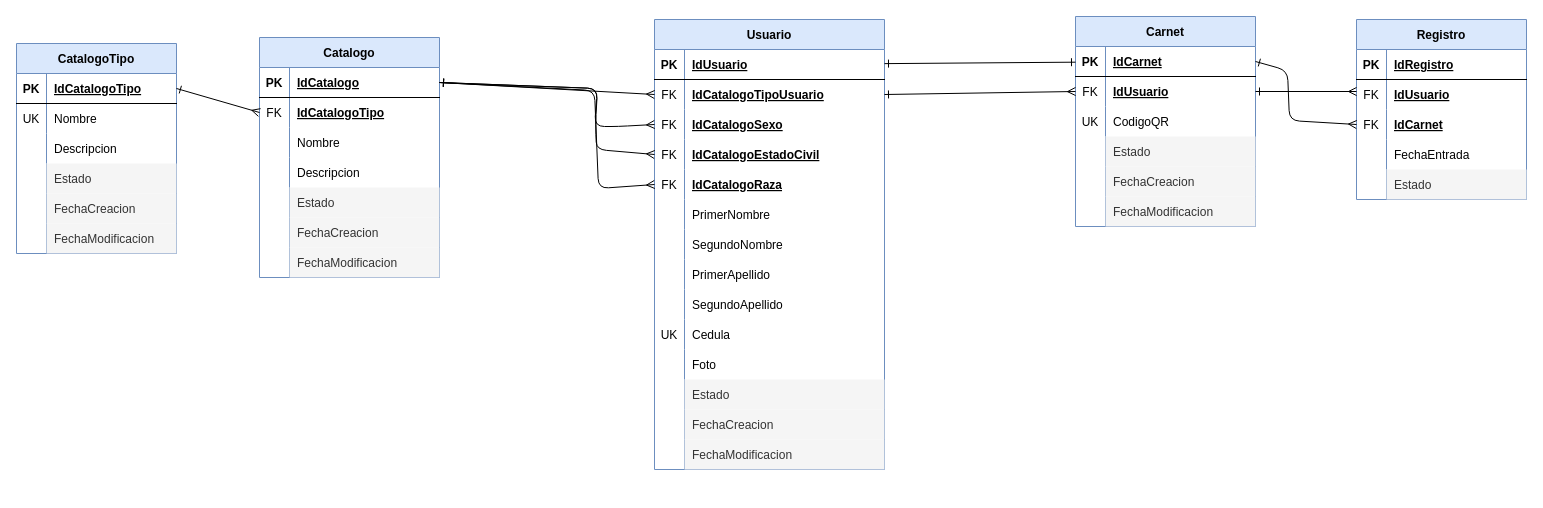
Leo-Caz/Grupo1-control-acceso-qr-sqlite keeps this draw.io diagram as Design/Mer.dio. Above is the earlier version. Source tidied: cells renumbered, new cells numbered last; positions are measured from the earlier drawing's top-left corner, leaving out a move shared by most shapes. Both pictures are drawn from the tidied source at 100%, with x=0, y=0 at pixel (16, 16).
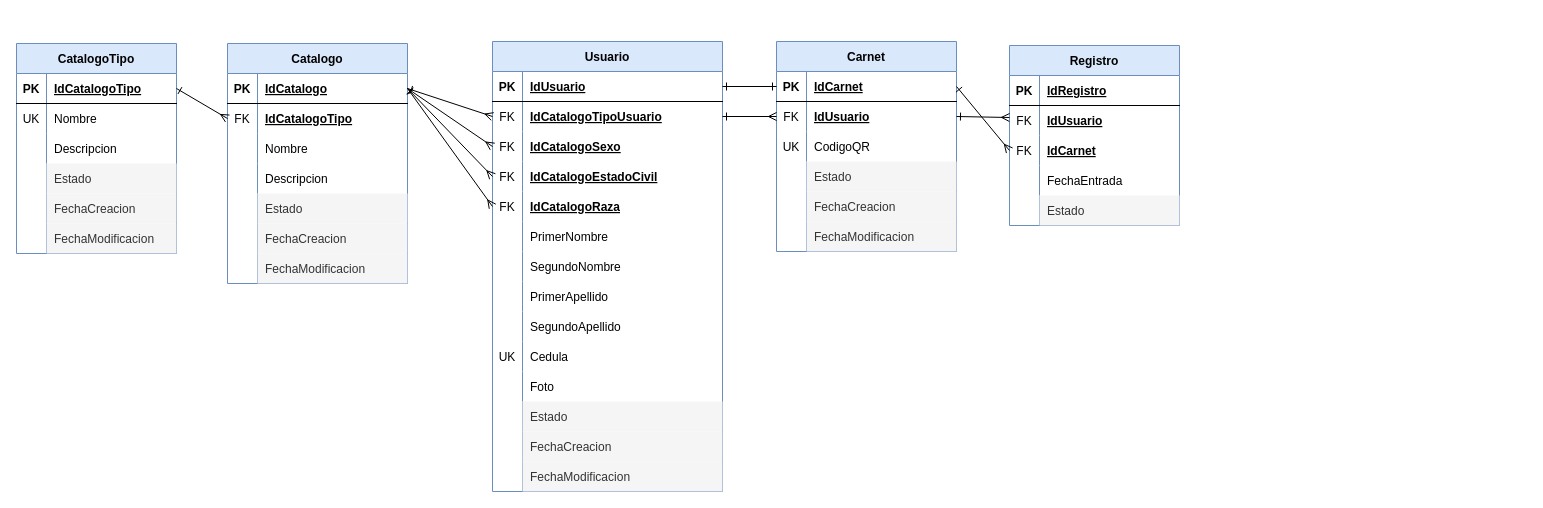
The same page after the edit.

Commit message:
Actualización del mer

The change refers to these unchanged cells:
```xml
<mxCell id="22" style="shape=tableRow;horizontal=0;startSize=0;swimlaneHead=0;swimlaneBody=0;fillColor=none;points=[[0,0.5],[1,0.5]];portConstraint=eastwest;top=0;left=0;right=0;bottom=1;" parent="21" vertex="1">
  <mxGeometry y="30" width="180" height="30" as="geometry" />
</mxCell>
<mxCell id="44" style="shape=tableRow;horizontal=0;startSize=0;swimlaneHead=0;swimlaneBody=0;fillColor=none;points=[[0,0.5],[1,0.5]];portConstraint=eastwest;top=0;left=0;right=0;bottom=1;" parent="43" vertex="1">
  <mxGeometry y="30" width="230" height="30" as="geometry" />
</mxCell>
<mxCell id="47" style="shape=tableRow;horizontal=0;startSize=0;swimlaneHead=0;swimlaneBody=0;fillColor=none;points=[[0,0.5],[1,0.5]];portConstraint=eastwest;top=0;left=0;right=0;bottom=0;" parent="43" vertex="1">
  <mxGeometry y="60" width="230" height="30" as="geometry" />
</mxCell>
<mxCell id="50" style="shape=tableRow;horizontal=0;startSize=0;swimlaneHead=0;swimlaneBody=0;fillColor=none;points=[[0,0.5],[1,0.5]];portConstraint=eastwest;top=0;left=0;right=0;bottom=0;" parent="43" vertex="1">
  <mxGeometry y="90" width="230" height="30" as="geometry" />
</mxCell>
<mxCell id="53" style="shape=tableRow;horizontal=0;startSize=0;swimlaneHead=0;swimlaneBody=0;fillColor=none;points=[[0,0.5],[1,0.5]];portConstraint=eastwest;top=0;left=0;right=0;bottom=0;" parent="43" vertex="1">
  <mxGeometry y="120" width="230" height="30" as="geometry" />
</mxCell>
<mxCell id="56" style="shape=tableRow;horizontal=0;startSize=0;swimlaneHead=0;swimlaneBody=0;fillColor=none;points=[[0,0.5],[1,0.5]];portConstraint=eastwest;top=0;left=0;right=0;bottom=0;" parent="43" vertex="1">
  <mxGeometry y="150" width="230" height="30" as="geometry" />
</mxCell>
<mxCell id="87" style="shape=tableRow;horizontal=0;startSize=0;swimlaneHead=0;swimlaneBody=0;fillColor=none;points=[[0,0.5],[1,0.5]];portConstraint=eastwest;top=0;left=0;right=0;bottom=1;" parent="86" vertex="1">
  <mxGeometry y="30" width="180" height="30" as="geometry" />
</mxCell>
<mxCell id="90" style="shape=tableRow;horizontal=0;startSize=0;swimlaneHead=0;swimlaneBody=0;fillColor=none;points=[[0,0.5],[1,0.5]];portConstraint=eastwest;top=0;left=0;right=0;bottom=0;" parent="86" vertex="1">
  <mxGeometry y="60" width="180" height="30" as="geometry" />
</mxCell>
<mxCell id="109" style="shape=tableRow;horizontal=0;startSize=0;swimlaneHead=0;swimlaneBody=0;fillColor=none;points=[[0,0.5],[1,0.5]];portConstraint=eastwest;top=0;left=0;right=0;bottom=0;" parent="105" vertex="1">
  <mxGeometry y="60" width="170" height="30" as="geometry" />
</mxCell>
<mxCell id="112" style="shape=tableRow;horizontal=0;startSize=0;swimlaneHead=0;swimlaneBody=0;fillColor=none;points=[[0,0.5],[1,0.5]];portConstraint=eastwest;top=0;left=0;right=0;bottom=0;" parent="105" vertex="1">
  <mxGeometry y="90" width="170" height="30" as="geometry" />
</mxCell>
```

What changed in the source:
```diff
@@
     <mxCell id="21" value="Catalogo" style="shape=table;startSize=30;childLayout=tableLayout;rowLines=0;fontStyle=1;align=center;fillColor=#dae8fc;strokeColor=#6c8ebf;" parent="1" vertex="1">
-      <mxGeometry x="243" y="21" width="180" height="240" as="geometry" />
+      <mxGeometry x="211" y="27" width="180" height="240" as="geometry" />
     </mxCell>
@@
     <mxCell id="43" value="Usuario" style="shape=table;startSize=30;childLayout=tableLayout;rowLines=0;fontStyle=1;align=center;fillColor=#dae8fc;strokeColor=#6c8ebf;" parent="1" vertex="1">
-      <mxGeometry x="638" y="3" width="230" height="450" as="geometry" />
+      <mxGeometry x="476" y="25" width="230" height="450" as="geometry" />
     </mxCell>
@@
     <mxCell id="86" value="Carnet" style="shape=table;startSize=30;childLayout=tableLayout;rowLines=0;fontStyle=1;align=center;fillColor=#dae8fc;strokeColor=#6c8ebf;" parent="1" vertex="1">
-      <mxGeometry x="1059" width="180" height="210" as="geometry" />
+      <mxGeometry x="760" y="25" width="180" height="210" as="geometry" />
     </mxCell>
@@
     <mxCell id="105" value="Registro" style="shape=table;startSize=30;childLayout=tableLayout;rowLines=0;fontStyle=1;align=center;fillColor=#dae8fc;strokeColor=#6c8ebf;" parent="1" vertex="1">
-      <mxGeometry x="1340" y="3" width="170" height="180" as="geometry" />
+      <mxGeometry x="993" y="29" width="170" height="180" as="geometry" />
     </mxCell>
@@
+    <mxCell id="126" style="html=1;endArrow=ERone;endFill=0;startArrow=ERone;startFill=0;" parent="1" edge="1" source="44" target="87">
+      <mxGeometry relative="1" as="geometry" />
+    </mxCell>
+    <mxCell id="128" style="html=1;endArrow=ERmany;endFill=0;startArrow=ERone;startFill=0;exitX=1;exitY=0.5;exitDx=0;exitDy=0;entryX=0;entryY=0.4;entryDx=0;entryDy=0;entryPerimeter=0;" parent="1" edge="1" source="90" target="109">
+      <mxGeometry relative="1" as="geometry" />
+    </mxCell>
+    <mxCell id="129" style="html=1;endArrow=ERmany;endFill=0;startArrow=ERone;startFill=0;exitX=1;exitY=0.5;exitDx=0;exitDy=0;entryX=0;entryY=0.5;entryDx=0;entryDy=0;" parent="1" edge="1" source="47" target="90">
+      <mxGeometry relative="1" as="geometry" />
+    </mxCell>
-    <mxCell id="123" style="html=1;endArrow=ERmany;endFill=0;startArrow=ERone;startFill=0;entryX=0;entryY=0.5;entryDx=0;entryDy=0;exitX=1;exitY=0.5;exitDx=0;exitDy=0;" parent="1" edge="1" source="22" target="50">
-      <mxGeometry relative="1" as="geometry">
-        <Array as="points">
-          <mxPoint x="581" y="72" />
-          <mxPoint x="578" y="110" />
-          <mxPoint x="601" y="110" />
-        </Array>
-      </mxGeometry>
+    <mxCell id="123" style="html=1;endArrow=ERmany;endFill=0;startArrow=ERone;startFill=0;exitX=1;exitY=0.5;exitDx=0;exitDy=0;entryX=0;entryY=0.5;entryDx=0;entryDy=0;" parent="1" edge="1" source="22" target="50">
+      <mxGeometry relative="1" as="geometry" />
     </mxCell>
     <mxCell id="124" style="html=1;endArrow=ERmany;endFill=0;startArrow=ERone;startFill=0;exitX=1;exitY=0.5;exitDx=0;exitDy=0;entryX=0;entryY=0.5;entryDx=0;entryDy=0;" parent="1" edge="1" source="22" target="53">
-      <mxGeometry relative="1" as="geometry">
-        <Array as="points">
-          <mxPoint x="581" y="72" />
-          <mxPoint x="579" y="108" />
-          <mxPoint x="580" y="133" />
-        </Array>
-      </mxGeometry>
+      <mxGeometry relative="1" as="geometry" />
     </mxCell>
     <mxCell id="125" style="html=1;endArrow=ERmany;endFill=0;startArrow=ERone;startFill=0;exitX=1;exitY=0.5;exitDx=0;exitDy=0;entryX=0;entryY=0.5;entryDx=0;entryDy=0;" parent="1" edge="1" source="22" target="56">
-      <mxGeometry relative="1" as="geometry">
-        <Array as="points">
-          <mxPoint x="578" y="74" />
-          <mxPoint x="582" y="172" />
-        </Array>
-      </mxGeometry>
+      <mxGeometry relative="1" as="geometry" />
     </mxCell>
-    <mxCell id="126" style="html=1;endArrow=ERone;endFill=0;startArrow=ERone;startFill=0;" parent="1" edge="1" source="44" target="87">
-      <mxGeometry relative="1" as="geometry" />
-    </mxCell>
     <mxCell id="127" style="html=1;endArrow=ERmany;endFill=0;startArrow=ERone;startFill=0;exitX=1;exitY=0.5;exitDx=0;exitDy=0;entryX=0;entryY=0.5;entryDx=0;entryDy=0;" parent="1" edge="1" source="87" target="112">
-      <mxGeometry relative="1" as="geometry">
-        <Array as="points">
-          <mxPoint x="1271" y="54" />
-          <mxPoint x="1273" y="104" />
-        </Array>
-      </mxGeometry>
+      <mxGeometry relative="1" as="geometry" />
     </mxCell>
-    <mxCell id="128" style="html=1;endArrow=ERmany;endFill=0;startArrow=ERone;startFill=0;exitX=1;exitY=0.5;exitDx=0;exitDy=0;entryX=0;entryY=0.4;entryDx=0;entryDy=0;entryPerimeter=0;" parent="1" edge="1" source="90" target="109">
-      <mxGeometry relative="1" as="geometry" />
-    </mxCell>
-    <mxCell id="129" style="html=1;endArrow=ERmany;endFill=0;startArrow=ERone;startFill=0;exitX=1;exitY=0.5;exitDx=0;exitDy=0;entryX=0;entryY=0.5;entryDx=0;entryDy=0;" parent="1" edge="1" source="47" target="90">
-      <mxGeometry relative="1" as="geometry" />
-    </mxCell>
```
